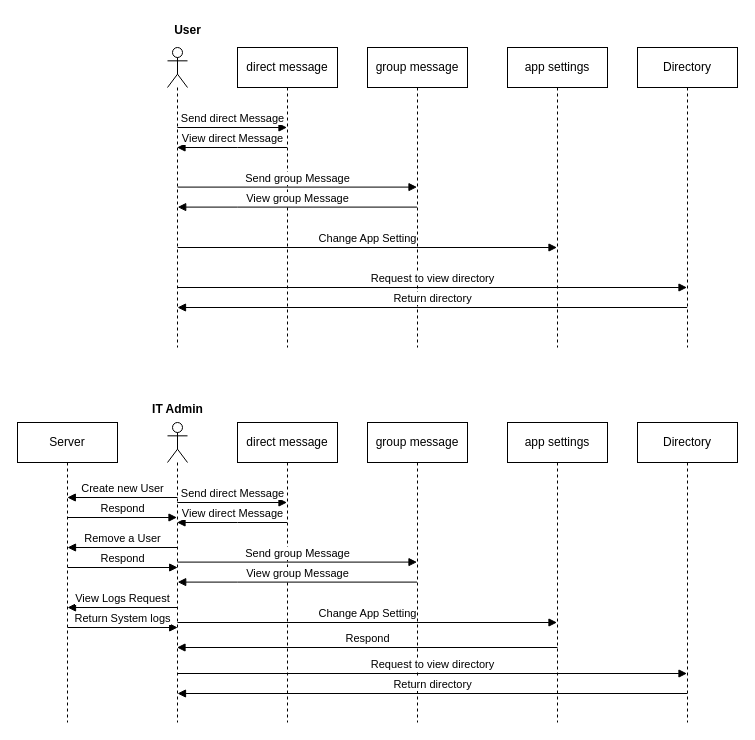
The draw.io diagram page "Page-2" (2 of 3) of Use_Case_Diagram/Use_Case_Diagram.drawio in Derion12/CS401_Communication_Project_Sp24, before the edit. Source tidied: cells renumbered, new cells numbered last; positions are measured from the earlier drawing's top-left corner, leaving out a move shared by most shapes. Both pictures are drawn from the tidied source at 100%, with x=0, y=0 at pixel (17, 17).
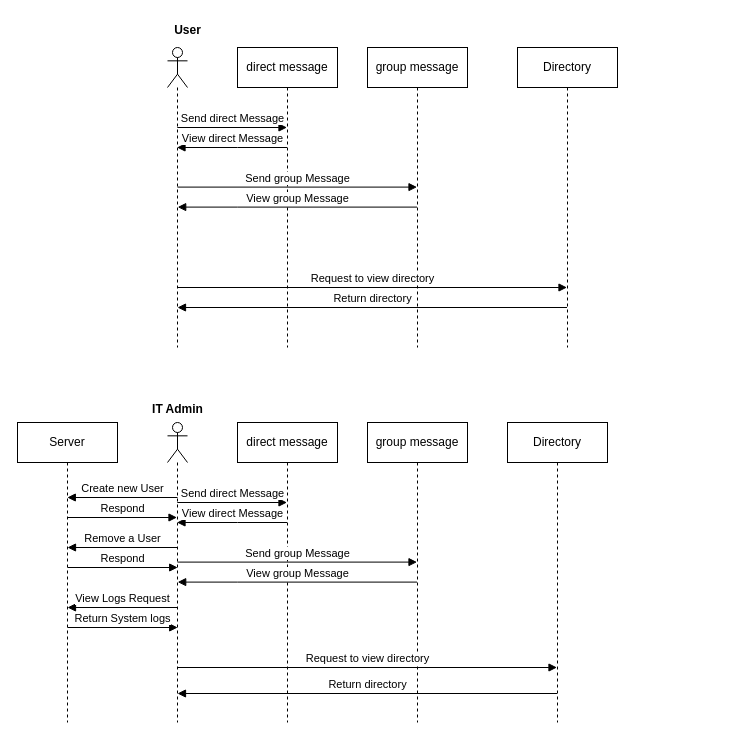
The same page after the edit.

Unchanged cells that the change refers to:
```xml
<mxCell id="15" style="shape=umlLifeline;perimeter=lifelinePerimeter;whiteSpace=wrap;html=1;outlineConnect=0;portConstraint=eastwest;newEdgeStyle={&quot;curved&quot;:0,&quot;rounded&quot;:0};participant=umlActor;" parent="1" vertex="1">
  <mxGeometry x="150" y="405" width="20" height="300" as="geometry" />
</mxCell>
```

Change to the diagram source:
```diff
@@
-    <mxCell id="5" value="app settings" style="shape=umlLifeline;perimeter=lifelinePerimeter;whiteSpace=wrap;html=1;newEdgeStyle={&quot;curved&quot;:0,&quot;rounded&quot;:0};" parent="1" vertex="1">
-      <mxGeometry x="490" y="30" width="100" height="300" as="geometry" />
-    </mxCell>
     <mxCell id="6" value="Directory" style="shape=umlLifeline;perimeter=lifelinePerimeter;whiteSpace=wrap;html=1;outlineConnect=0;portConstraint=eastwest;newEdgeStyle={&quot;curved&quot;:0,&quot;rounded&quot;:0};" parent="1" vertex="1">
-      <mxGeometry x="620" y="30" width="100" height="300" as="geometry" />
+      <mxGeometry x="500" y="30" width="100" height="300" as="geometry" />
     </mxCell>
@@
-    <mxCell id="12" value="Change App Setting" style="html=1;verticalAlign=bottom;endArrow=block;curved=0;rounded=0;" parent="1" edge="1">
-      <mxGeometry relative="1" as="geometry">
-        <mxPoint x="160" y="230" as="sourcePoint" />
-        <mxPoint x="539.5" y="230" as="targetPoint" />
-      </mxGeometry>
-    </mxCell>
@@
-    <mxCell id="14" value="Return directory" style="html=1;verticalAlign=bottom;endArrow=block;curved=0;rounded=0;" parent="1" edge="1">
+    <mxCell id="14" value="Return directory" style="html=1;verticalAlign=bottom;endArrow=block;curved=0;rounded=0;" parent="1" edge="1" source="6">
       <mxGeometry relative="1" as="geometry">
-        <mxPoint x="669.7" y="290" as="sourcePoint" />
         <mxPoint x="160" y="290" as="targetPoint" />
       </mxGeometry>
     </mxCell>
@@
-    <mxCell id="18" value="app settings" style="shape=umlLifeline;perimeter=lifelinePerimeter;whiteSpace=wrap;html=1;newEdgeStyle={&quot;curved&quot;:0,&quot;rounded&quot;:0};" parent="1" vertex="1">
-      <mxGeometry x="490" y="405" width="100" height="300" as="geometry" />
-    </mxCell>
     <mxCell id="19" value="Directory" style="shape=umlLifeline;perimeter=lifelinePerimeter;whiteSpace=wrap;html=1;outlineConnect=0;portConstraint=eastwest;newEdgeStyle={&quot;curved&quot;:0,&quot;rounded&quot;:0};" parent="1" vertex="1">
-      <mxGeometry x="620" y="405" width="100" height="300" as="geometry" />
+      <mxGeometry x="490" y="405" width="100" height="300" as="geometry" />
     </mxCell>
@@
-    <mxCell id="24" value="Change App Setting" style="html=1;verticalAlign=bottom;endArrow=block;curved=0;rounded=0;" parent="1" edge="1">
-      <mxGeometry relative="1" as="geometry">
-        <mxPoint x="160" y="605" as="sourcePoint" />
-        <mxPoint x="539.5" y="605" as="targetPoint" />
-      </mxGeometry>
-    </mxCell>
-    <mxCell id="25" value="Request to view directory" style="html=1;verticalAlign=bottom;endArrow=block;curved=0;rounded=0;" parent="1" edge="1">
+    <mxCell id="25" value="Request to view directory" style="html=1;verticalAlign=bottom;endArrow=block;curved=0;rounded=0;" parent="1" edge="1" target="19">
       <mxGeometry relative="1" as="geometry">
-        <mxPoint x="160" y="656" as="sourcePoint" />
-        <mxPoint x="669.5" y="656" as="targetPoint" />
+        <mxPoint x="160" y="650" as="sourcePoint" />
       </mxGeometry>
     </mxCell>
-    <mxCell id="26" value="Return directory" style="html=1;verticalAlign=bottom;endArrow=block;curved=0;rounded=0;" parent="1" edge="1">
+    <mxCell id="26" value="Return directory" style="html=1;verticalAlign=bottom;endArrow=block;curved=0;rounded=0;" parent="1" edge="1" source="19">
       <mxGeometry relative="1" as="geometry">
-        <mxPoint x="669.7" y="676" as="sourcePoint" />
         <mxPoint x="160" y="676" as="targetPoint" />
       </mxGeometry>
     </mxCell>
@@
-    <mxCell id="33" value="Respond" style="html=1;verticalAlign=bottom;endArrow=block;curved=0;rounded=0;" parent="1" edge="1" target="15">
-      <mxGeometry relative="1" as="geometry">
-        <mxPoint x="540" y="630" as="sourcePoint" />
-      </mxGeometry>
-    </mxCell>
```
